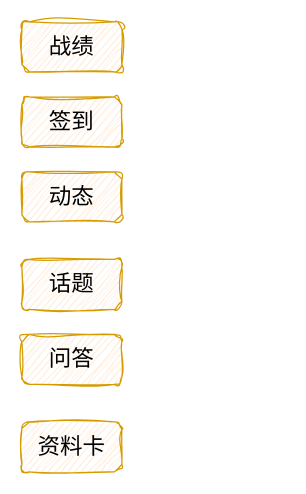
Earlier version of the draw.io diagram nonConsistence.drawio (skindhu/9GAG). Source tidied: cells renumbered, new cells numbered last; positions are measured from the earlier drawing's top-left corner, leaving out a move shared by most shapes. Both pictures are drawn from the tidied source at 125%, with x=0, y=0 at pixel (21, 21).
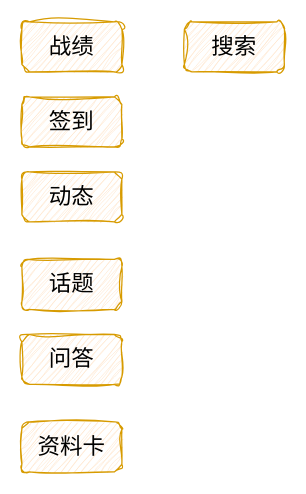
Above is the later version.

The edit, as a diff of the source:
```diff
@@
 <mxGraphModel>
   <root>
     <mxCell id="0" />
     <mxCell id="1" parent="0" />
     <mxCell id="2" value="&lt;font style=&quot;font-size: 18px;&quot;&gt;战绩&lt;/font&gt;" style="rounded=1;whiteSpace=wrap;html=1;fillColor=#ffe6cc;strokeColor=#d79b00;sketch=1;curveFitting=1;jiggle=2;" parent="1" vertex="1">
       <mxGeometry width="80" height="40" as="geometry" />
     </mxCell>
     <mxCell id="3" value="&lt;font style=&quot;font-size: 18px;&quot;&gt;签到&lt;/font&gt;" style="rounded=1;whiteSpace=wrap;html=1;fillColor=#ffe6cc;strokeColor=#d79b00;sketch=1;curveFitting=1;jiggle=2;" parent="1" vertex="1">
       <mxGeometry y="60" width="80" height="40" as="geometry" />
     </mxCell>
     <mxCell id="4" value="&lt;font style=&quot;font-size: 18px;&quot;&gt;动态&lt;/font&gt;" style="rounded=1;whiteSpace=wrap;html=1;fillColor=#ffe6cc;strokeColor=#d79b00;sketch=1;curveFitting=1;jiggle=2;" parent="1" vertex="1">
       <mxGeometry y="120" width="80" height="40" as="geometry" />
     </mxCell>
     <mxCell id="5" value="&lt;font style=&quot;font-size: 18px;&quot;&gt;话题&lt;/font&gt;" style="rounded=1;whiteSpace=wrap;html=1;fillColor=#ffe6cc;strokeColor=#d79b00;sketch=1;curveFitting=1;jiggle=2;" parent="1" vertex="1">
       <mxGeometry y="190" width="80" height="40" as="geometry" />
     </mxCell>
     <mxCell id="6" value="&lt;font style=&quot;font-size: 18px;&quot;&gt;问答&lt;/font&gt;" style="rounded=1;whiteSpace=wrap;html=1;fillColor=#ffe6cc;strokeColor=#d79b00;sketch=1;curveFitting=1;jiggle=2;" parent="1" vertex="1">
       <mxGeometry y="250" width="80" height="40" as="geometry" />
     </mxCell>
     <mxCell id="7" value="&lt;font style=&quot;font-size: 18px;&quot;&gt;资料卡&lt;/font&gt;" style="rounded=1;whiteSpace=wrap;html=1;fillColor=#ffe6cc;strokeColor=#d79b00;sketch=1;curveFitting=1;jiggle=2;" parent="1" vertex="1">
       <mxGeometry y="320" width="80" height="40" as="geometry" />
     </mxCell>
+    <mxCell id="8" value="&lt;span style=&quot;font-size: 18px;&quot;&gt;搜索&lt;/span&gt;" style="rounded=1;whiteSpace=wrap;html=1;fillColor=#ffe6cc;strokeColor=#d79b00;sketch=1;curveFitting=1;jiggle=2;" parent="1" vertex="1">
+      <mxGeometry x="130" width="80" height="40" as="geometry" />
+    </mxCell>
   </root>
 </mxGraphModel>
```
